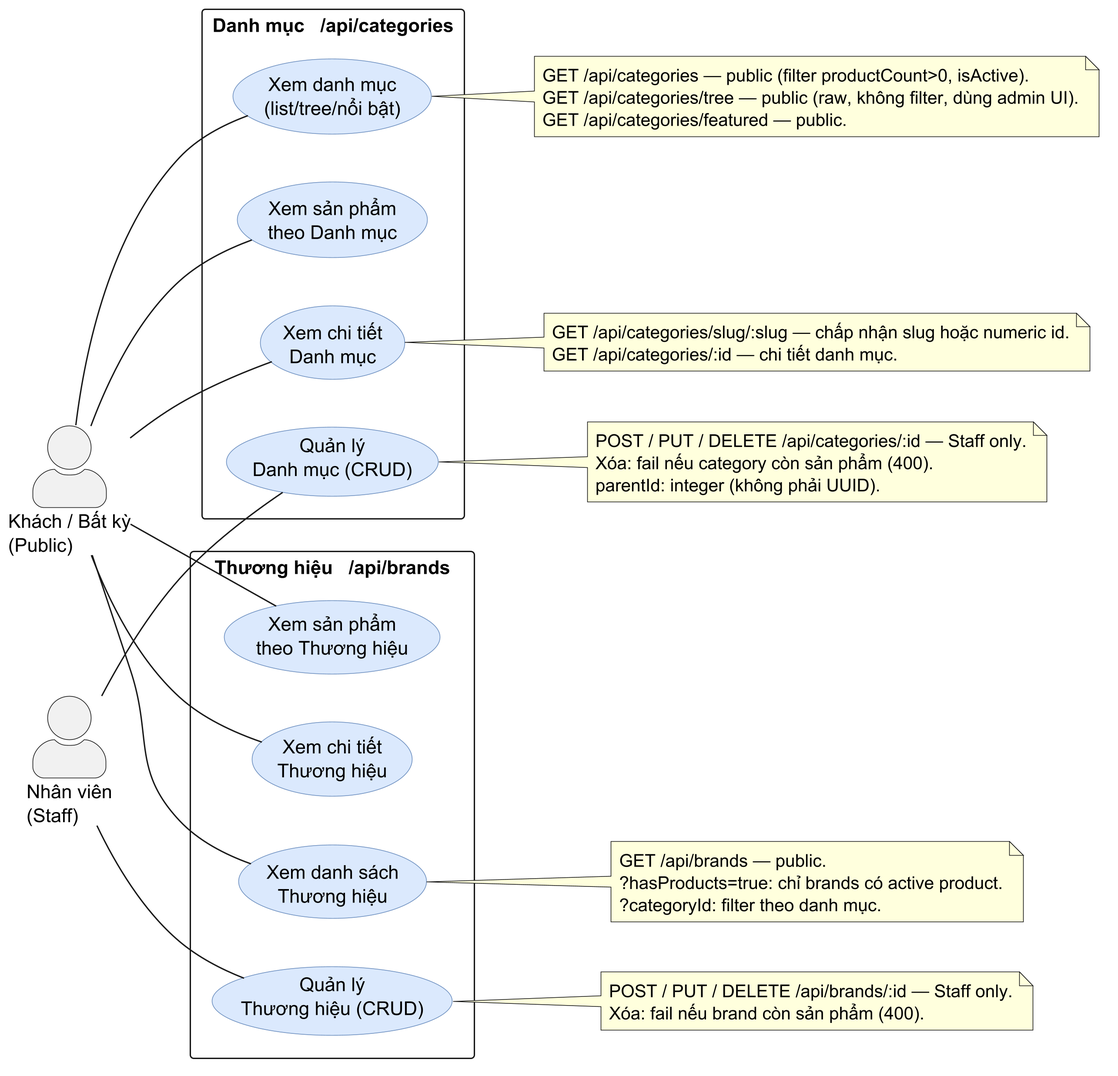
Before: diagrams/usecase/usecase-08-catalog-category-brand.png, a diagram exported from PlantUML (MinhThang1009/E-commerce-website).
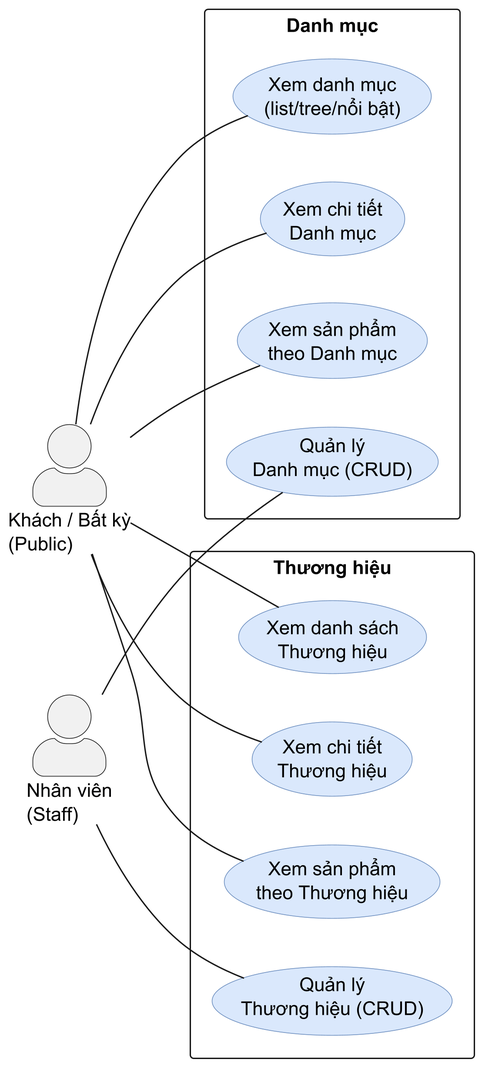
Later version of the same file.

The edit, as a diff of the source:
```diff
@@ -13,14 +13,14 @@
 actor "Khách / Bất kỳ\n(Public)" as pub
 actor "Nhân viên\n(Staff)" as staff
 
-package "Danh mục   /api/categories" {
+package "Danh mục" {
   usecase "Xem danh mục\n(list/tree/nổi bật)" as UC_cat_browse
   usecase "Xem chi tiết\nDanh mục" as UC_cat_detail
   usecase "Xem sản phẩm\ntheo Danh mục" as UC_cat_products
   usecase "Quản lý\nDanh mục (CRUD)" as UC_cat_write
 }
 
-package "Thương hiệu   /api/brands" {
+package "Thương hiệu" {
   usecase "Xem danh sách\nThương hiệu" as UC_brand_list
   usecase "Xem chi tiết\nThương hiệu" as UC_brand_detail
   usecase "Xem sản phẩm\ntheo Thương hiệu" as UC_brand_products
@@ -37,31 +37,8 @@
 staff -- UC_cat_write
 staff -- UC_brand_write
 
-note right of UC_cat_browse
-  GET /api/categories — public (filter productCount>0, isActive).
-  GET /api/categories/tree — public (raw, không filter, dùng admin UI).
-  GET /api/categories/featured — public.
-end note
 
-note right of UC_cat_detail
-  GET /api/categories/slug/:slug — chấp nhận slug hoặc numeric id.
-  GET /api/categories/:id — chi tiết danh mục.
-end note
 
-note right of UC_cat_write
-  POST / PUT / DELETE /api/categories/:id — Staff only.
-  Xóa: fail nếu category còn sản phẩm (400).
-  parentId: integer (không phải UUID).
-end note
 
-note right of UC_brand_list
-  GET /api/brands — public.
-  ?hasProducts=true: chỉ brands có active product.
-  ?categoryId: filter theo danh mục.
-end note
 
-note right of UC_brand_write
-  POST / PUT / DELETE /api/brands/:id — Staff only.
-  Xóa: fail nếu brand còn sản phẩm (400).
-end note
 @enduml
```
